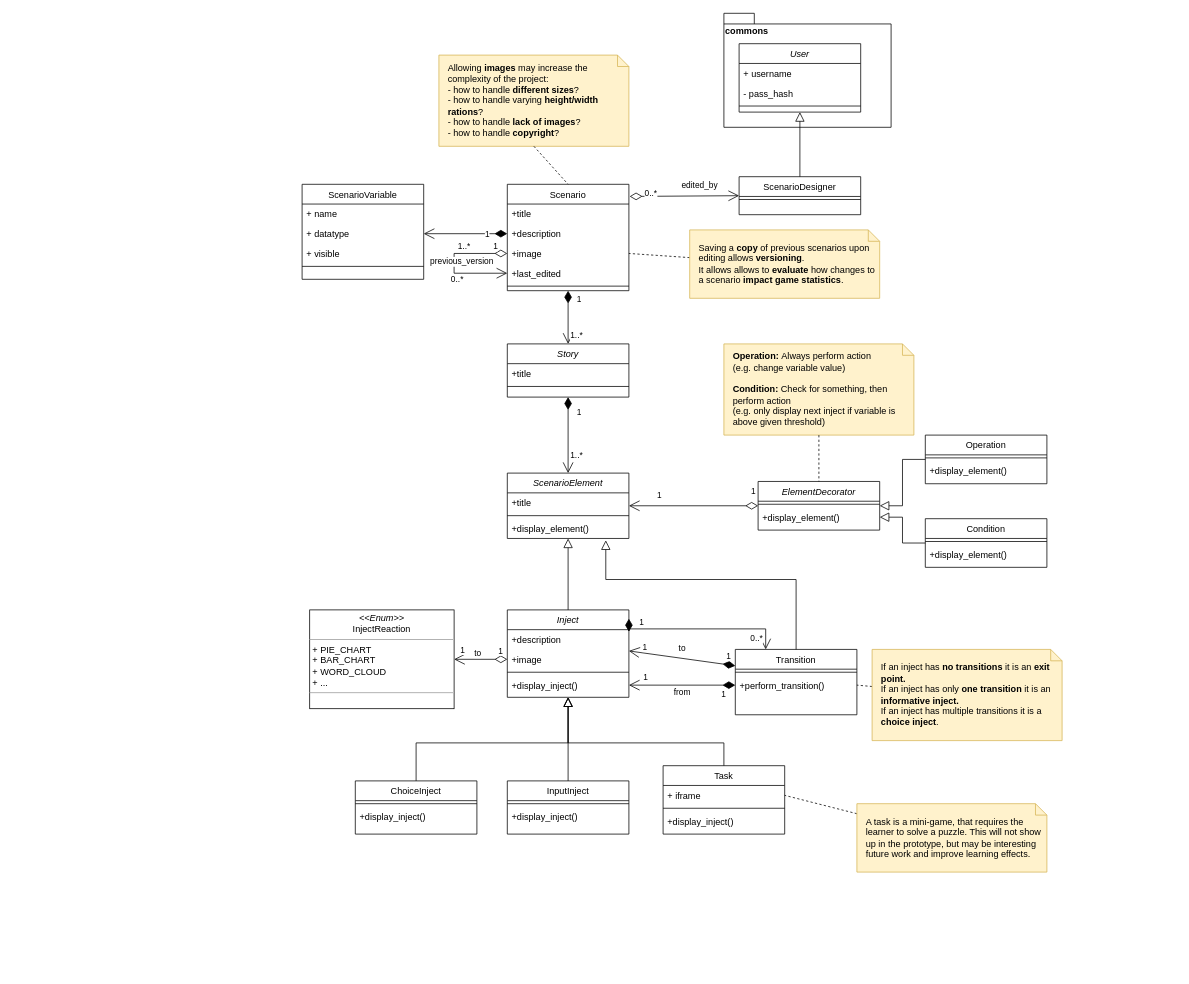
This is page "Scenario_Design" (1 of 4) of artefacts/concept-1.0/diagrams/class diagram.drawio from Elias-Ladenburger/CSEP, a draw.io file, before an edit. Source tidied: cells renumbered, new cells numbered last; positions are measured from the earlier drawing's top-left corner, leaving out a move shared by most shapes. Both pictures are drawn from the tidied source at 76%, with x=0, y=0 at pixel (302, 13).
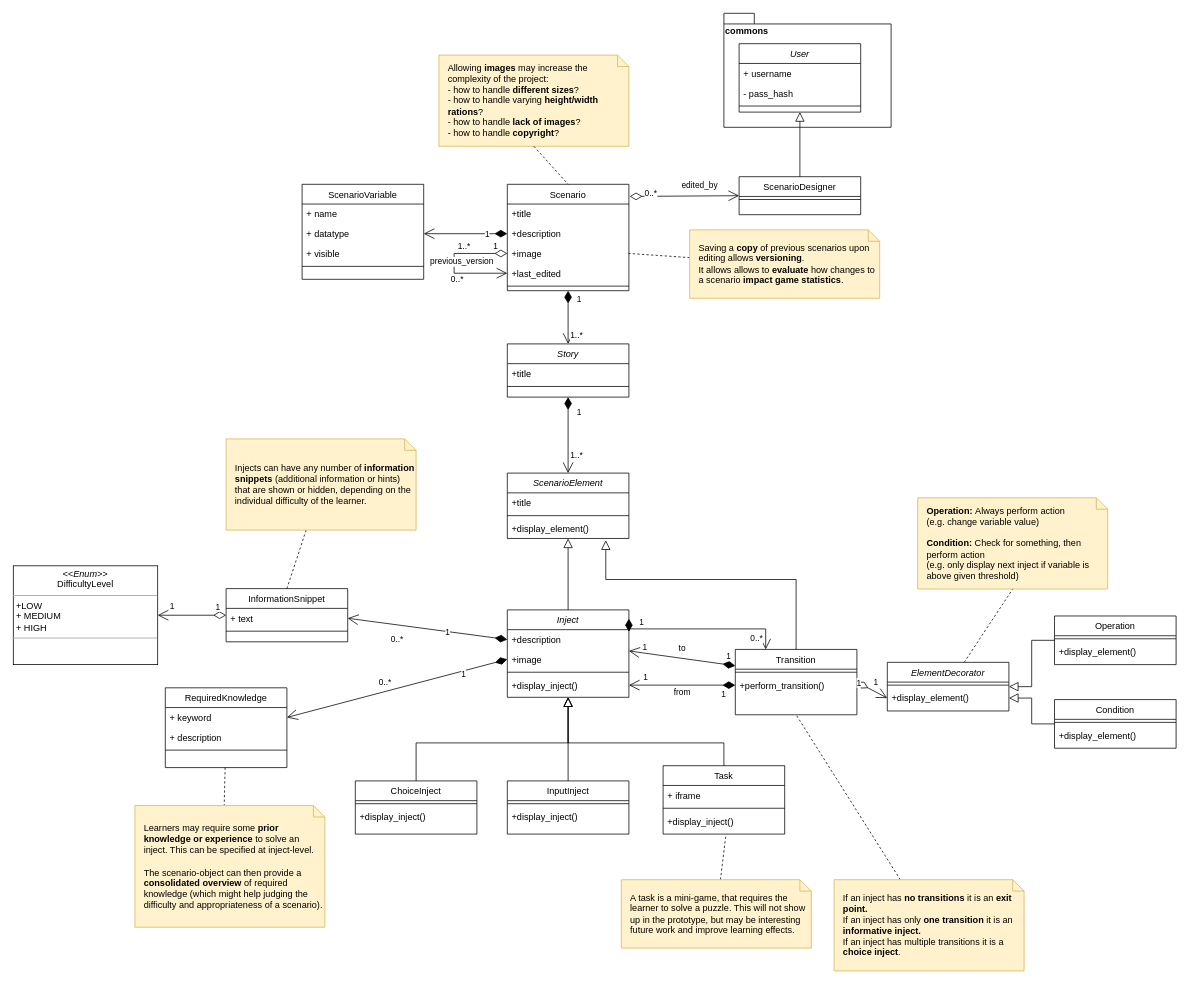
The same page after the edit.

The change refers to these unchanged cells:
```xml
<mxCell id="12" value="+description" style="text;align=left;verticalAlign=top;spacingLeft=4;spacingRight=4;overflow=hidden;points=[[0,0.5],[1,0.5]];portConstraint=eastwest;rounded=0;shadow=0;html=0;" parent="11" vertex="1">
  <mxGeometry y="26" width="160" height="26" as="geometry" />
</mxCell>
<mxCell id="13" value="+image" style="text;align=left;verticalAlign=top;spacingLeft=4;spacingRight=4;overflow=hidden;points=[[0,0.5],[1,0.5]];portConstraint=eastwest;rounded=0;shadow=0;html=0;" parent="11" vertex="1">
  <mxGeometry y="52" width="160" height="26" as="geometry" />
</mxCell>
<mxCell id="18" value="Transition" style="swimlane;fontStyle=0;align=center;verticalAlign=top;horizontal=1;startSize=26;rounded=0;shadow=0;strokeWidth=1;" parent="1" vertex="1">
  <mxGeometry x="570" y="837" width="160" height="86" as="geometry" />
</mxCell>
<mxCell id="20" value="+perform_transition()" style="text;align=left;verticalAlign=top;spacingLeft=4;spacingRight=4;overflow=hidden;points=[[0,0.5],[1,0.5]];portConstraint=eastwest;" parent="18" vertex="1">
  <mxGeometry y="34" width="160" height="26" as="geometry" />
</mxCell>
<mxCell id="32" value="+display_element()" style="text;align=left;verticalAlign=top;spacingLeft=4;spacingRight=4;overflow=hidden;points=[[0,0.5],[1,0.5]];portConstraint=eastwest;rounded=0;shadow=0;html=0;" parent="30" vertex="1">
  <mxGeometry y="34" width="160" height="26" as="geometry" />
</mxCell>
<mxCell id="44" value="ScenarioElement" style="swimlane;fontStyle=2;align=center;verticalAlign=top;horizontal=1;startSize=26;rounded=0;shadow=0;strokeWidth=1;" parent="1" vertex="1">
  <mxGeometry x="270" y="605" width="160" height="86" as="geometry" />
</mxCell>
<mxCell id="73" value="+ iframe" style="text;align=left;verticalAlign=top;spacingLeft=4;spacingRight=4;overflow=hidden;points=[[0,0.5],[1,0.5]];portConstraint=eastwest;rounded=0;shadow=0;html=0;" parent="72" vertex="1">
  <mxGeometry y="26" width="160" height="26" as="geometry" />
</mxCell>
<mxCell id="75" value="+display_inject()" style="text;align=left;verticalAlign=top;spacingLeft=4;spacingRight=4;overflow=hidden;points=[[0,0.5],[1,0.5]];portConstraint=eastwest;rounded=0;shadow=0;html=0;" parent="72" vertex="1">
  <mxGeometry y="60" width="160" height="26" as="geometry" />
</mxCell>
```

Change to the diagram source:
```diff
@@
+    <mxCell id="99" style="rounded=0;jettySize=auto;html=1;entryX=0.5;entryY=1;entryDx=0;entryDy=0;entryPerimeter=0;startArrow=none;startFill=0;dashed=1;endArrow=none;endFill=0;" parent="1" edge="1" source="30" target="51">
+      <mxGeometry relative="1" as="geometry" />
+    </mxCell>
     <mxCell id="30" value="ElementDecorator" style="swimlane;fontStyle=2;align=center;verticalAlign=top;horizontal=1;startSize=26;rounded=0;shadow=0;strokeWidth=1;" parent="1" vertex="1">
-      <mxGeometry x="600" y="616" width="160" height="64" as="geometry" />
+      <mxGeometry x="770" y="854" width="160" height="64" as="geometry" />
     </mxCell>
@@
     <mxCell id="35" value="Operation" style="swimlane;fontStyle=0;align=center;verticalAlign=top;horizontal=1;startSize=26;rounded=0;shadow=0;strokeWidth=1;" parent="1" vertex="1">
-      <mxGeometry x="820" y="555" width="160" height="64" as="geometry" />
+      <mxGeometry x="990" y="793" width="160" height="64" as="geometry" />
     </mxCell>
@@
-    <mxCell id="38" value="1" style="endArrow=open;html=1;endSize=12;startArrow=diamondThin;startSize=14;startFill=0;align=left;verticalAlign=bottom;entryX=1;entryY=0.5;entryDx=0;entryDy=0;rounded=0;exitX=0;exitY=-0.077;exitDx=0;exitDy=0;exitPerimeter=0;" parent="1" edge="1" source="32" target="44">
+    <mxCell id="38" value="1" style="endArrow=open;html=1;endSize=12;startArrow=diamondThin;startSize=14;startFill=0;align=left;verticalAlign=bottom;entryX=0;entryY=0.5;entryDx=0;entryDy=0;rounded=0;exitX=1;exitY=0.5;exitDx=0;exitDy=0;" parent="1" edge="1" source="18" target="32">
       <mxGeometry x="-0.87" y="-10" relative="1" as="geometry" />
     </mxCell>
@@
     <mxCell id="40" value="Condition" style="swimlane;fontStyle=0;align=center;verticalAlign=top;horizontal=1;startSize=26;rounded=0;shadow=0;strokeWidth=1;" parent="1" vertex="1">
-      <mxGeometry x="820" y="665" width="160" height="64" as="geometry" />
+      <mxGeometry x="990" y="903" width="160" height="64" as="geometry" />
     </mxCell>
@@
     <mxCell id="50" style="endArrow=block;endSize=10;endFill=0;shadow=0;strokeWidth=1;rounded=0;elbow=vertical;exitX=0;exitY=0.5;exitDx=0;exitDy=0;edgeStyle=orthogonalEdgeStyle;entryX=1;entryY=0.5;entryDx=0;entryDy=0;" parent="1" edge="1" source="40" target="32">
       <mxGeometry relative="1" as="geometry">
         <Array as="points">
-          <mxPoint x="790" y="697" />
-          <mxPoint x="790" y="663" />
+          <mxPoint x="960" y="935" />
+          <mxPoint x="960" y="901" />
         </Array>
       </mxGeometry>
     </mxCell>
     <mxCell id="51" value="&lt;div&gt;&lt;b&gt;Operation: &lt;/b&gt;Always perform action&lt;br&gt;(e.g. change variable value)&lt;br&gt;&lt;/div&gt;&lt;div&gt;&lt;br&gt;&lt;/div&gt;&lt;div&gt;&lt;b&gt;Condition:&lt;/b&gt; Check for something, then perform action &lt;br&gt;(e.g. only display next inject if variable is above given threshold)&lt;br&gt;&lt;/div&gt;&lt;b&gt;&lt;/b&gt;" style="shape=note;size=15;align=left;spacingLeft=10;html=1;whiteSpace=wrap;fillColor=#fff2cc;strokeColor=#d6b656;" parent="1" vertex="1">
-      <mxGeometry x="555" y="435" width="250" height="120" as="geometry" />
+      <mxGeometry x="810" y="637.5" width="250" height="120" as="geometry" />
     </mxCell>
-    <mxCell id="52" style="edgeStyle=none;endArrow=none;exitX=0.5;exitY=1;dashed=1;html=1;exitDx=0;exitDy=0;exitPerimeter=0;entryX=0.5;entryY=0;entryDx=0;entryDy=0;" parent="1" edge="1" source="51" target="30">
-      <mxGeometry x="1" relative="1" as="geometry" />
-    </mxCell>
@@
-    <mxCell id="68" style="edgeStyle=none;rounded=0;jettySize=auto;html=1;entryX=1;entryY=0.5;entryDx=0;entryDy=0;dashed=1;endArrow=none;endFill=0;" parent="1" edge="1" source="69" target="20">
+    <mxCell id="68" style="edgeStyle=none;rounded=0;jettySize=auto;html=1;entryX=0.5;entryY=1;entryDx=0;entryDy=0;dashed=1;endArrow=none;endFill=0;" parent="1" edge="1" source="69" target="18">
       <mxGeometry relative="1" as="geometry" />
     </mxCell>
     <mxCell id="69" value="&lt;div&gt;If an inject has &lt;b&gt;no transitions&lt;/b&gt; it is an &lt;b&gt;exit point.&lt;/b&gt;&lt;/div&gt;&lt;div&gt;If an inject has only &lt;b&gt;one transition &lt;/b&gt;it is an &lt;b&gt;informative inject.&lt;/b&gt;&lt;/div&gt;&lt;div&gt;If an inject has multiple transitions it is a &lt;b&gt;choice inject&lt;/b&gt;.&lt;br&gt;&lt;b&gt;&lt;/b&gt;&lt;/div&gt;" style="shape=note;size=15;align=left;spacingLeft=10;html=1;whiteSpace=wrap;fillColor=#fff2cc;strokeColor=#d6b656;" parent="1" vertex="1">
-      <mxGeometry x="750" y="837" width="250" height="120" as="geometry" />
+      <mxGeometry x="700" y="1140" width="250" height="120" as="geometry" />
     </mxCell>
@@
-    <mxCell id="77" style="rounded=0;jettySize=auto;html=1;entryX=1;entryY=0.5;entryDx=0;entryDy=0;dashed=1;endArrow=none;endFill=0;" parent="1" edge="1" source="78" target="73">
+    <mxCell id="77" style="rounded=0;jettySize=auto;html=1;entryX=0.517;entryY=1.167;entryDx=0;entryDy=0;dashed=1;endArrow=none;endFill=0;entryPerimeter=0;" parent="1" edge="1" source="78" target="75">
       <mxGeometry relative="1" as="geometry" />
     </mxCell>
     <mxCell id="78" value="A task is a mini-game, that requires the learner to solve a puzzle. This will not show up in the prototype, but may be interesting future work and improve learning effects." style="shape=note;size=15;align=left;spacingLeft=10;html=1;whiteSpace=wrap;fillColor=#fff2cc;strokeColor=#d6b656;" parent="1" vertex="1">
-      <mxGeometry x="730" y="1040" width="250" height="90" as="geometry" />
+      <mxGeometry x="420" y="1140" width="250" height="90" as="geometry" />
     </mxCell>
-    <mxCell id="79" style="endArrow=open;html=1;endSize=12;startArrow=diamondThin;startSize=14;startFill=0;align=left;verticalAlign=bottom;entryX=1;entryY=0.5;entryDx=0;entryDy=0;exitX=0;exitY=0.5;exitDx=0;exitDy=0;rounded=0;" parent="1" edge="1" source="13" target="83">
-      <mxGeometry x="-0.33" relative="1" as="geometry" />
-    </mxCell>
-    <mxCell id="80" value="1" style="edgeLabel;html=1;align=center;verticalAlign=middle;" parent="79" vertex="1">
-      <mxGeometry x="0.22" y="1" relative="1" as="geometry">
-        <mxPoint x="-17" y="-14" as="offset" />
-      </mxGeometry>
-    </mxCell>
-    <mxCell id="81" value="to" style="edgeLabel;html=1;align=center;verticalAlign=middle;" parent="79" vertex="1">
-      <mxGeometry x="0.53" y="4" relative="1" as="geometry">
-        <mxPoint x="14" y="-12.6" as="offset" />
-      </mxGeometry>
-    </mxCell>
-    <mxCell id="82" value="1" style="edgeLabel;html=1;align=center;verticalAlign=middle;" parent="79" vertex="1">
-      <mxGeometry x="-0.81" y="-1" relative="1" as="geometry">
-        <mxPoint x="-3" y="-10.7" as="offset" />
-      </mxGeometry>
-    </mxCell>
-    <mxCell id="83" value="&lt;p style=&quot;margin: 0px ; margin-top: 4px ; text-align: center&quot;&gt;&lt;i&gt;&amp;lt;&amp;lt;Enum&amp;gt;&amp;gt;&lt;/i&gt;&lt;br&gt;InjectReaction&lt;br&gt;&lt;/p&gt;&lt;hr size=&quot;1&quot;&gt;&lt;p style=&quot;margin: 0px ; margin-left: 4px&quot;&gt;+ PIE_CHART&lt;br&gt;+ BAR_CHART&lt;/p&gt;&lt;p style=&quot;margin: 0px ; margin-left: 4px&quot;&gt;+ WORD_CLOUD&lt;/p&gt;&lt;p style=&quot;margin: 0px ; margin-left: 4px&quot;&gt;+ ...&lt;br&gt;&lt;/p&gt;&lt;hr size=&quot;1&quot;&gt;" style="verticalAlign=top;align=left;overflow=fill;fontSize=12;fontFamily=Helvetica;html=1;" parent="1" vertex="1">
-      <mxGeometry x="10" y="785" width="190" height="130" as="geometry" />
-    </mxCell>
@@
+    <mxCell id="100" value="InformationSnippet" style="swimlane;fontStyle=0;align=center;verticalAlign=top;horizontal=1;startSize=26;rounded=0;shadow=0;strokeWidth=1;" parent="1" vertex="1">
+      <mxGeometry x="-100" y="757" width="160" height="70" as="geometry" />
+    </mxCell>
+    <mxCell id="101" value="+ text" style="text;align=left;verticalAlign=top;spacingLeft=4;spacingRight=4;overflow=hidden;points=[[0,0.5],[1,0.5]];portConstraint=eastwest;rounded=0;shadow=0;html=0;" parent="100" vertex="1">
+      <mxGeometry y="26" width="160" height="26" as="geometry" />
+    </mxCell>
+    <mxCell id="102" style="line;html=1;strokeWidth=1;align=left;verticalAlign=middle;spacingTop=-1;spacingLeft=3;spacingRight=3;labelPosition=right;" parent="100" vertex="1">
+      <mxGeometry y="52" width="160" height="8" as="geometry" />
+    </mxCell>
+    <mxCell id="103" value="&lt;p style=&quot;margin: 0px ; margin-top: 4px ; text-align: center&quot;&gt;&lt;i&gt;&amp;lt;&amp;lt;Enum&amp;gt;&amp;gt;&lt;/i&gt;&lt;br&gt;DifficultyLevel&lt;br&gt;&lt;/p&gt;&lt;hr size=&quot;1&quot;&gt;&lt;p style=&quot;margin: 0px ; margin-left: 4px&quot;&gt;+LOW&lt;br&gt;&lt;/p&gt;&lt;p style=&quot;margin: 0px ; margin-left: 4px&quot;&gt;+ MEDIUM&lt;br&gt;+ HIGH&lt;/p&gt;&lt;hr size=&quot;1&quot;&gt;" style="verticalAlign=top;align=left;overflow=fill;fontSize=12;fontFamily=Helvetica;html=1;" parent="1" vertex="1">
+      <mxGeometry x="-380" y="727" width="190" height="130" as="geometry" />
+    </mxCell>
+    <mxCell id="104" style="endArrow=open;html=1;endSize=12;startArrow=diamondThin;startSize=14;startFill=0;align=left;verticalAlign=bottom;entryX=1;entryY=0.5;entryDx=0;entryDy=0;exitX=0;exitY=0.5;exitDx=0;exitDy=0;rounded=0;" parent="1" edge="1" source="100" target="103">
+      <mxGeometry x="-0.33" relative="1" as="geometry" />
+    </mxCell>
+    <mxCell id="105" value="1" style="edgeLabel;html=1;align=center;verticalAlign=middle;" parent="104" vertex="1">
+      <mxGeometry x="0.22" y="1" relative="1" as="geometry">
+        <mxPoint x="-17" y="-14" as="offset" />
+      </mxGeometry>
+    </mxCell>
+    <mxCell id="106" value="1" style="edgeLabel;html=1;align=center;verticalAlign=middle;" parent="104" vertex="1">
+      <mxGeometry x="-0.81" y="-1" relative="1" as="geometry">
+        <mxPoint x="-3" y="-10.7" as="offset" />
+      </mxGeometry>
+    </mxCell>
+    <mxCell id="107" value="1" style="endArrow=open;html=1;endSize=12;startArrow=diamondThin;startSize=14;startFill=1;align=left;verticalAlign=bottom;entryX=1;entryY=0.5;entryDx=0;entryDy=0;rounded=0;exitX=0;exitY=0.5;exitDx=0;exitDy=0;" parent="1" edge="1" source="12" target="101">
+      <mxGeometry x="-0.23" y="10" relative="1" as="geometry" />
+    </mxCell>
+    <mxCell id="108" value="0..*" style="edgeLabel;html=1;align=center;verticalAlign=middle;" parent="107" vertex="1">
+      <mxGeometry x="0.22" y="1" relative="1" as="geometry">
+        <mxPoint x="-17" y="15.4" as="offset" />
+      </mxGeometry>
+    </mxCell>
+    <mxCell id="109" style="rounded=0;jettySize=auto;html=1;entryX=0.5;entryY=0;entryDx=0;entryDy=0;startArrow=none;startFill=0;dashed=1;endArrow=none;endFill=0;" parent="1" edge="1" source="110" target="100">
+      <mxGeometry relative="1" as="geometry" />
+    </mxCell>
+    <mxCell id="110" value="Injects can have any number of &lt;b&gt;information snippets&lt;/b&gt; (additional information or hints) that are shown or hidden, depending on the individual difficulty of the learner. " style="shape=note;size=15;align=left;spacingLeft=10;html=1;whiteSpace=wrap;fillColor=#fff2cc;strokeColor=#d6b656;" parent="1" vertex="1">
+      <mxGeometry x="-100" y="560" width="250" height="120" as="geometry" />
+    </mxCell>
+    <mxCell id="111" style="edgeStyle=none;rounded=0;jettySize=auto;html=1;entryX=0;entryY=0;entryDx=117.5;entryDy=0;entryPerimeter=0;dashed=1;startArrow=none;startFill=0;endArrow=none;endFill=0;" parent="1" edge="1" source="112" target="118">
+      <mxGeometry relative="1" as="geometry" />
+    </mxCell>
+    <mxCell id="112" value="RequiredKnowledge" style="swimlane;fontStyle=0;align=center;verticalAlign=top;horizontal=1;startSize=26;rounded=0;shadow=0;strokeWidth=1;" parent="1" vertex="1">
+      <mxGeometry x="-180" y="887.5" width="160" height="105" as="geometry" />
+    </mxCell>
+    <mxCell id="113" value="+ keyword" style="text;align=left;verticalAlign=top;spacingLeft=4;spacingRight=4;overflow=hidden;points=[[0,0.5],[1,0.5]];portConstraint=eastwest;rounded=0;shadow=0;html=0;" parent="112" vertex="1">
+      <mxGeometry y="26" width="160" height="26" as="geometry" />
+    </mxCell>
+    <mxCell id="114" value="+ description" style="text;align=left;verticalAlign=top;spacingLeft=4;spacingRight=4;overflow=hidden;rounded=0;shadow=0;html=0;" parent="112" vertex="1">
+      <mxGeometry y="52" width="160" height="26" as="geometry" />
+    </mxCell>
+    <mxCell id="115" style="line;html=1;strokeWidth=1;align=left;verticalAlign=middle;spacingTop=-1;spacingLeft=3;spacingRight=3;labelPosition=right;" parent="112" vertex="1">
+      <mxGeometry y="78" width="160" height="8" as="geometry" />
+    </mxCell>
+    <mxCell id="116" value="1" style="endArrow=open;html=1;endSize=12;startArrow=diamondThin;startSize=14;startFill=1;align=left;verticalAlign=bottom;entryX=1;entryY=0.5;entryDx=0;entryDy=0;exitX=0;exitY=0.5;exitDx=0;exitDy=0;rounded=0;" parent="1" edge="1" source="13" target="113">
+      <mxGeometry x="-0.55" y="12" relative="1" as="geometry" />
+    </mxCell>
+    <mxCell id="117" value="0..*" style="edgeLabel;html=1;align=center;verticalAlign=middle;" parent="116" vertex="1">
+      <mxGeometry x="0.22" y="1" relative="1" as="geometry">
+        <mxPoint x="15.1" y="-18.2" as="offset" />
+      </mxGeometry>
+    </mxCell>
+    <mxCell id="118" value="&lt;div&gt;Learners may require some &lt;b&gt;prior knowledge&lt;/b&gt; &lt;b&gt;or experience &lt;/b&gt;to solve an inject. This can be specified at inject-level. &lt;br&gt;&lt;/div&gt;&lt;div&gt;&lt;br&gt;&lt;/div&gt;&lt;div&gt;The scenario-object can then provide a &lt;b&gt;consolidated overview &lt;/b&gt;of required knowledge (which might help judging the difficulty and appropriateness of a scenario).&lt;/div&gt;" style="shape=note;size=15;align=left;spacingLeft=10;html=1;whiteSpace=wrap;fillColor=#fff2cc;strokeColor=#d6b656;" parent="1" vertex="1">
+      <mxGeometry x="-220" y="1042.5" width="250" height="160" as="geometry" />
+    </mxCell>
```
